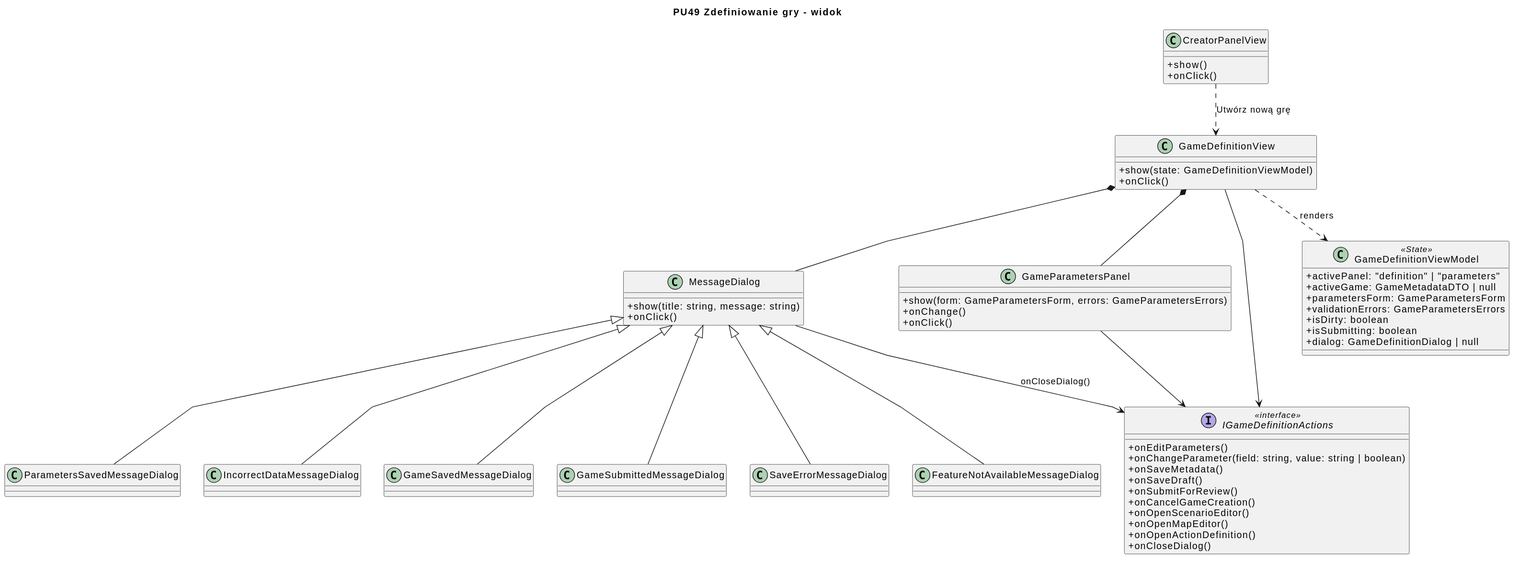
Before: diagrams/frontend/rendered/game-definition-view.svg, a diagram exported from PlantUML (Igor-Ochocki/POP-2026Z). Its diagram source:
```plantuml
@startuml
skinparam classAttributeIconSize 0
skinparam packageStyle rectangle
skinparam shadowing false
skinparam roundcorner 4
skinparam linetype polyline

title PU49 Zdefiniowanie gry - widok

class CreatorPanelView {
    + show()
    + onClick()
}

class GameDefinitionView {
    + show(state: GameDefinitionViewModel)
    + onClick()
}

class GameParametersPanel {
    + show(form: GameParametersForm, errors: GameParametersErrors)
    + onChange()
    + onClick()
}

class MessageDialog {
    + show(title: string, message: string)
    + onClick()
}

class ParametersSavedMessageDialog
class IncorrectDataMessageDialog
class GameSavedMessageDialog
class GameSubmittedMessageDialog
class SaveErrorMessageDialog
class FeatureNotAvailableMessageDialog

ParametersSavedMessageDialog -u-|> MessageDialog
IncorrectDataMessageDialog -u-|> MessageDialog
GameSavedMessageDialog -u-|> MessageDialog
GameSubmittedMessageDialog -u-|> MessageDialog
SaveErrorMessageDialog -u-|> MessageDialog
FeatureNotAvailableMessageDialog -u-|> MessageDialog

interface IGameDefinitionActions <<interface>> {
    + onEditParameters()
    + onChangeParameter(field: string, value: string | boolean)
    + onSaveMetadata()
    + onSaveDraft()
    + onSubmitForReview()
    + onCancelGameCreation()
    + onOpenScenarioEditor()
    + onOpenMapEditor()
    + onOpenActionDefinition()
    + onCloseDialog()
}

class GameDefinitionViewModel <<State>> {
    + activePanel: "definition" | "parameters"
    + activeGame: GameMetadataDTO | null
    + parametersForm: GameParametersForm
    + validationErrors: GameParametersErrors
    + isDirty: boolean
    + isSubmitting: boolean
    + dialog: GameDefinitionDialog | null
}

CreatorPanelView ..> GameDefinitionView : "Utwórz nową grę"
GameDefinitionView *-- GameParametersPanel
GameDefinitionView *-- MessageDialog
GameDefinitionView ..> GameDefinitionViewModel : renders

GameDefinitionView --> IGameDefinitionActions
GameParametersPanel --> IGameDefinitionActions
MessageDialog --> IGameDefinitionActions : onCloseDialog()
@enduml
```
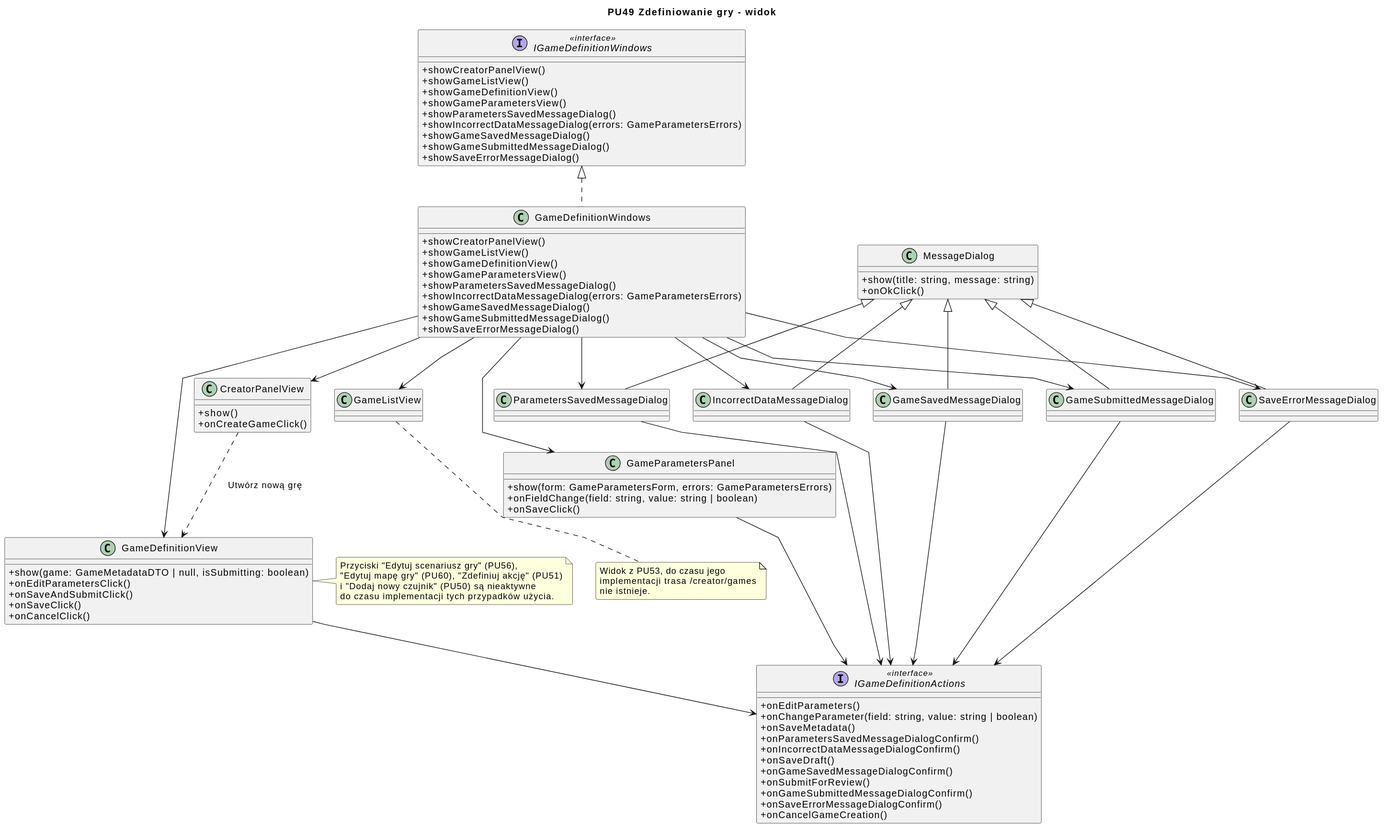
After the commit.

Commit message:
PU49/fe: diagramy po review - interfejs okien, metody widoków, bez dublowania kompozycji

Change to the diagram source:
```diff
@@ -9,23 +9,28 @@
 
 class CreatorPanelView {
     + show()
-    + onClick()
+    + onCreateGameClick()
 }
 
+class GameListView
+
 class GameDefinitionView {
-    + show(state: GameDefinitionViewModel)
-    + onClick()
+    + show(game: GameMetadataDTO | null, isSubmitting: boolean)
+    + onEditParametersClick()
+    + onSaveAndSubmitClick()
+    + onSaveClick()
+    + onCancelClick()
 }
 
 class GameParametersPanel {
     + show(form: GameParametersForm, errors: GameParametersErrors)
-    + onChange()
-    + onClick()
+    + onFieldChange(field: string, value: string | boolean)
+    + onSaveClick()
 }
 
 class MessageDialog {
     + show(title: string, message: string)
-    + onClick()
+    + onOkClick()
 }
 
 class ParametersSavedMessageDialog
@@ -33,44 +38,83 @@
 class GameSavedMessageDialog
 class GameSubmittedMessageDialog
 class SaveErrorMessageDialog
-class FeatureNotAvailableMessageDialog
 
 ParametersSavedMessageDialog -u-|> MessageDialog
 IncorrectDataMessageDialog -u-|> MessageDialog
 GameSavedMessageDialog -u-|> MessageDialog
 GameSubmittedMessageDialog -u-|> MessageDialog
 SaveErrorMessageDialog -u-|> MessageDialog
-FeatureNotAvailableMessageDialog -u-|> MessageDialog
 
 interface IGameDefinitionActions <<interface>> {
     + onEditParameters()
     + onChangeParameter(field: string, value: string | boolean)
     + onSaveMetadata()
+    + onParametersSavedMessageDialogConfirm()
+    + onIncorrectDataMessageDialogConfirm()
     + onSaveDraft()
+    + onGameSavedMessageDialogConfirm()
     + onSubmitForReview()
+    + onGameSubmittedMessageDialogConfirm()
+    + onSaveErrorMessageDialogConfirm()
     + onCancelGameCreation()
-    + onOpenScenarioEditor()
-    + onOpenMapEditor()
-    + onOpenActionDefinition()
-    + onCloseDialog()
 }
-
-class GameDefinitionViewModel <<State>> {
-    + activePanel: "definition" | "parameters"
-    + activeGame: GameMetadataDTO | null
-    + parametersForm: GameParametersForm
-    + validationErrors: GameParametersErrors
-    + isDirty: boolean
-    + isSubmitting: boolean
-    + dialog: GameDefinitionDialog | null
-}
-
-CreatorPanelView ..> GameDefinitionView : "Utwórz nową grę"
-GameDefinitionView *-- GameParametersPanel
-GameDefinitionView *-- MessageDialog
-GameDefinitionView ..> GameDefinitionViewModel : renders
 
 GameDefinitionView --> IGameDefinitionActions
 GameParametersPanel --> IGameDefinitionActions
-MessageDialog --> IGameDefinitionActions : onCloseDialog()
+ParametersSavedMessageDialog --> IGameDefinitionActions
+IncorrectDataMessageDialog --> IGameDefinitionActions
+GameSavedMessageDialog --> IGameDefinitionActions
+GameSubmittedMessageDialog --> IGameDefinitionActions
+SaveErrorMessageDialog --> IGameDefinitionActions
+
+interface IGameDefinitionWindows <<interface>> {
+    + showCreatorPanelView()
+    + showGameListView()
+    + showGameDefinitionView()
+    + showGameParametersView()
+    + showParametersSavedMessageDialog()
+    + showIncorrectDataMessageDialog(errors: GameParametersErrors)
+    + showGameSavedMessageDialog()
+    + showGameSubmittedMessageDialog()
+    + showSaveErrorMessageDialog()
+}
+
+class GameDefinitionWindows {
+    + showCreatorPanelView()
+    + showGameListView()
+    + showGameDefinitionView()
+    + showGameParametersView()
+    + showParametersSavedMessageDialog()
+    + showIncorrectDataMessageDialog(errors: GameParametersErrors)
+    + showGameSavedMessageDialog()
+    + showGameSubmittedMessageDialog()
+    + showSaveErrorMessageDialog()
+}
+
+GameDefinitionWindows .u.|> IGameDefinitionWindows
+
+GameDefinitionWindows --> CreatorPanelView
+GameDefinitionWindows --> GameListView
+GameDefinitionWindows --> GameDefinitionView
+GameDefinitionWindows --> GameParametersPanel
+GameDefinitionWindows --> ParametersSavedMessageDialog
+GameDefinitionWindows --> IncorrectDataMessageDialog
+GameDefinitionWindows --> GameSavedMessageDialog
+GameDefinitionWindows --> GameSubmittedMessageDialog
+GameDefinitionWindows --> SaveErrorMessageDialog
+
+CreatorPanelView ..> GameDefinitionView : "Utwórz nową grę"
+
+note bottom of GameListView
+    Widok z PU53, do czasu jego
+    implementacji trasa /creator/games
+    nie istnieje.
+end note
+
+note right of GameDefinitionView
+    Przyciski "Edytuj scenariusz gry" (PU56),
+    "Edytuj mapę gry" (PU60), "Zdefiniuj akcję" (PU51)
+    i "Dodaj nowy czujnik" (PU50) są nieaktywne
+    do czasu implementacji tych przypadków użycia.
+end note
 @enduml
```
